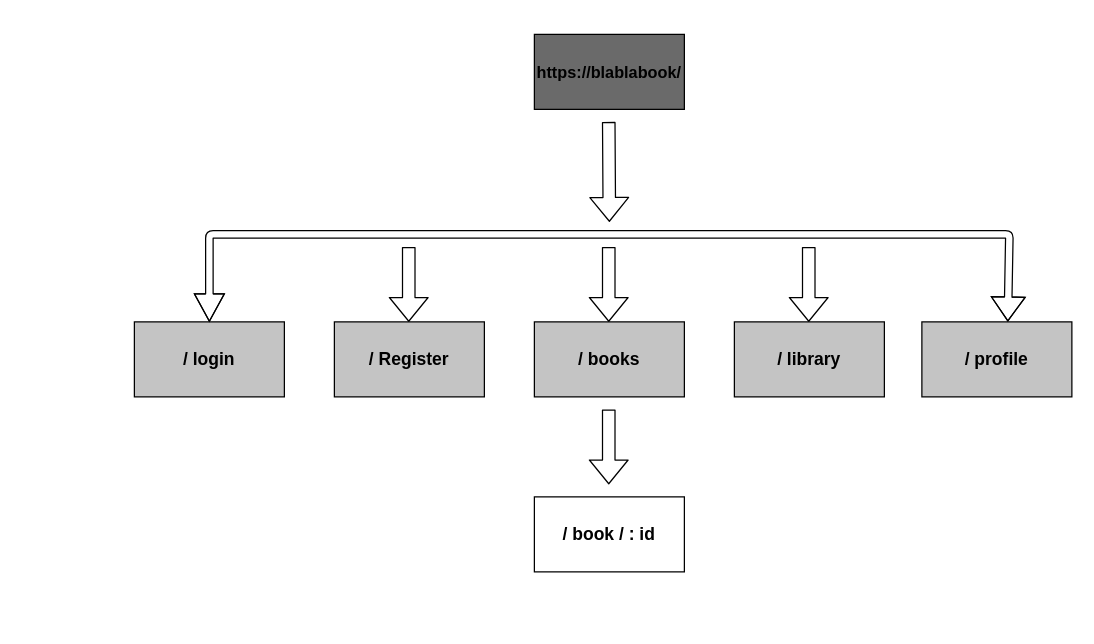
Earlier version of the draw.io diagram conception/arborescence.drawio (NicholasDSLV/Projet-BlaBlaBook). Source tidied: cells renumbered, new cells numbered last; positions are measured from the earlier drawing's top-left corner, leaving out a move shared by most shapes. Both pictures are drawn from the tidied source at 125%, with x=0, y=0 at pixel (134, 34).
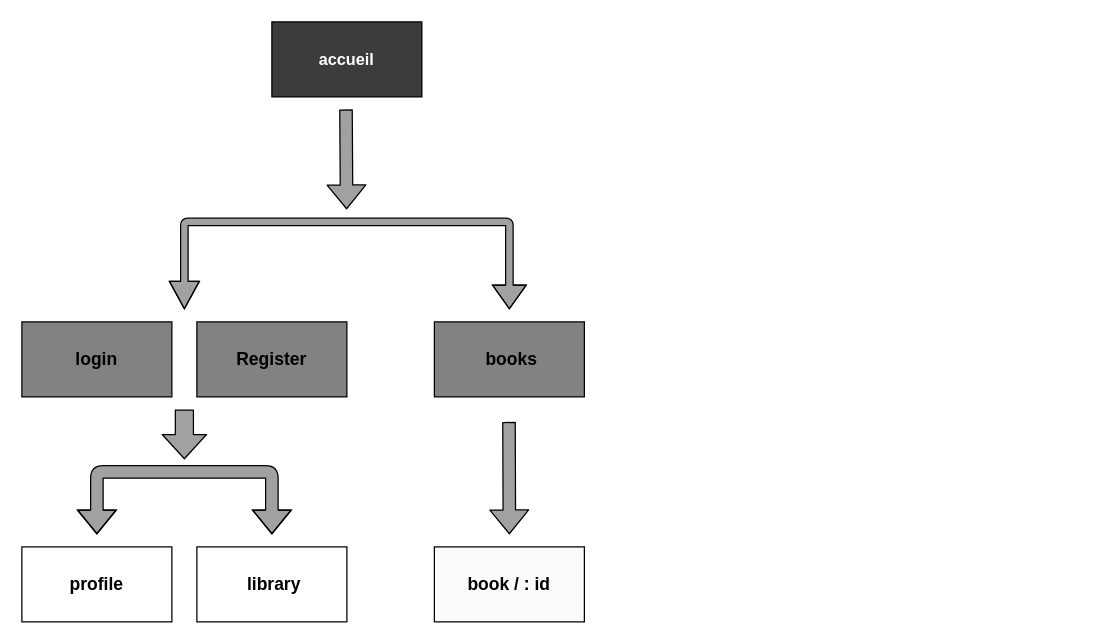
After the change.

Change to the diagram source:
```diff
@@
-    <mxCell id="2" value="&lt;b&gt;&lt;font style=&quot;font-size: 13px;&quot;&gt;https://blablabook/&lt;/font&gt;&lt;/b&gt;" style="rounded=0;whiteSpace=wrap;html=1;fillColor=#6A6A6A;" parent="1" vertex="1">
-      <mxGeometry x="320" width="120" height="60" as="geometry" />
+    <mxCell id="2" value="&lt;b&gt;&lt;font style=&quot;font-size: 13px; color: rgb(255, 255, 255);&quot;&gt;accueil&lt;/font&gt;&lt;/b&gt;" style="rounded=0;whiteSpace=wrap;html=1;fillColor=#3C3C3C;fontColor=#FF3333;" parent="1" vertex="1">
+      <mxGeometry x="110" y="-10" width="120" height="60" as="geometry" />
     </mxCell>
-    <mxCell id="3" style="shape=flexArrow;endArrow=classic;html=1;" parent="1" edge="1">
+    <mxCell id="3" style="shape=flexArrow;endArrow=classic;html=1;fillColor=#A1A1A1;" parent="1" edge="1">
       <mxGeometry relative="1" as="geometry">
-        <mxPoint x="379.5" y="70" as="sourcePoint" />
-        <mxPoint x="380" y="150" as="targetPoint" />
+        <mxPoint x="169.3" y="60" as="sourcePoint" />
+        <mxPoint x="169.8" y="140" as="targetPoint" />
       </mxGeometry>
     </mxCell>
-    <mxCell id="4" value="&lt;b&gt;&lt;font style=&quot;font-size: 14px;&quot;&gt;/ login&lt;/font&gt;&lt;/b&gt;" style="rounded=0;whiteSpace=wrap;html=1;fillColor=#C4C4C4;" parent="1" vertex="1">
-      <mxGeometry y="230" width="120" height="60" as="geometry" />
+    <mxCell id="4" value="&lt;b&gt;&lt;font style=&quot;font-size: 14px;&quot;&gt;login&lt;/font&gt;&lt;/b&gt;" style="rounded=0;whiteSpace=wrap;html=1;fillColor=#828282;" parent="1" vertex="1">
+      <mxGeometry x="-90" y="230" width="120" height="60" as="geometry" />
     </mxCell>
-    <mxCell id="5" value="&lt;b&gt;&lt;font style=&quot;font-size: 14px;&quot;&gt;/ Register&lt;/font&gt;&lt;/b&gt;" style="rounded=0;whiteSpace=wrap;html=1;fillColor=#C4C4C4;" parent="1" vertex="1">
-      <mxGeometry x="160" y="230" width="120" height="60" as="geometry" />
+    <mxCell id="5" value="&lt;b&gt;&lt;font style=&quot;font-size: 14px;&quot;&gt;Register&lt;/font&gt;&lt;/b&gt;" style="rounded=0;whiteSpace=wrap;html=1;fillColor=#828282;" parent="1" vertex="1">
+      <mxGeometry x="50" y="230" width="120" height="60" as="geometry" />
     </mxCell>
-    <mxCell id="6" value="&lt;b&gt;&lt;font style=&quot;font-size: 14px;&quot;&gt;/ books&lt;/font&gt;&lt;/b&gt;" style="rounded=0;whiteSpace=wrap;html=1;fillColor=#C4C4C4;" parent="1" vertex="1">
-      <mxGeometry x="320" y="230" width="120" height="60" as="geometry" />
+    <mxCell id="6" value="&lt;b&gt;&lt;font style=&quot;font-size: 14px;&quot;&gt;&amp;nbsp;books&lt;/font&gt;&lt;/b&gt;" style="rounded=0;whiteSpace=wrap;html=1;fillColor=#828282;" parent="1" vertex="1">
+      <mxGeometry x="240" y="230" width="120" height="60" as="geometry" />
     </mxCell>
-    <mxCell id="7" value="&lt;font style=&quot;font-size: 14px;&quot;&gt;&lt;b&gt;/ library&lt;/b&gt;&lt;/font&gt;" style="rounded=0;whiteSpace=wrap;html=1;fillColor=#C4C4C4;" parent="1" vertex="1">
-      <mxGeometry x="480" y="230" width="120" height="60" as="geometry" />
+    <mxCell id="7" value="&lt;font style=&quot;font-size: 14px;&quot;&gt;&lt;b&gt;&amp;nbsp;library&lt;/b&gt;&lt;/font&gt;" style="rounded=0;whiteSpace=wrap;html=1;fillColor=#FFFFFF;" parent="1" vertex="1">
+      <mxGeometry x="50" y="410" width="120" height="60" as="geometry" />
     </mxCell>
-    <mxCell id="8" value="&lt;b&gt;&lt;font style=&quot;font-size: 14px;&quot;&gt;/ profile&lt;/font&gt;&lt;/b&gt;" style="rounded=0;whiteSpace=wrap;html=1;fillColor=#C4C4C4;" parent="1" vertex="1">
-      <mxGeometry x="630" y="230" width="120" height="60" as="geometry" />
+    <mxCell id="8" value="&lt;b&gt;&lt;font style=&quot;font-size: 14px;&quot;&gt;profile&lt;/font&gt;&lt;/b&gt;" style="rounded=0;whiteSpace=wrap;html=1;fillColor=#FFFFFF;" parent="1" vertex="1">
+      <mxGeometry x="-90" y="410" width="120" height="60" as="geometry" />
     </mxCell>
-    <mxCell id="9" style="shape=flexArrow;endArrow=classic;startArrow=classic;html=1;startWidth=17;startSize=6.99;width=6;entryX=0.573;entryY=-0.006;entryDx=0;entryDy=0;entryPerimeter=0;" parent="1" edge="1" target="8">
+    <mxCell id="9" style="shape=flexArrow;endArrow=classic;startArrow=classic;html=1;startWidth=17;startSize=6.99;width=6;fillColor=#A1A1A1;" parent="1" edge="1">
       <mxGeometry relative="1" as="geometry">
-        <mxPoint x="60" y="230" as="sourcePoint" />
+        <mxPoint x="40" y="220" as="sourcePoint" />
+        <mxPoint x="300" y="220" as="targetPoint" />
         <Array as="points">
-          <mxPoint x="60" y="160" />
-          <mxPoint x="700" y="160" />
+          <mxPoint x="40" y="150" />
+          <mxPoint x="300" y="150" />
         </Array>
       </mxGeometry>
     </mxCell>
-    <mxCell id="10" style="shape=flexArrow;endArrow=classic;html=1;" parent="1" edge="1">
-      <mxGeometry relative="1" as="geometry">
-        <mxPoint x="219.5" y="170" as="sourcePoint" />
-        <mxPoint x="219.5" y="230" as="targetPoint" />
-      </mxGeometry>
-    </mxCell>
-    <mxCell id="11" style="shape=flexArrow;endArrow=classic;html=1;" parent="1" edge="1">
-      <mxGeometry relative="1" as="geometry">
-        <mxPoint x="379.5" y="170" as="sourcePoint" />
-        <mxPoint x="379.5" y="230" as="targetPoint" />
-      </mxGeometry>
-    </mxCell>
-    <mxCell id="12" style="shape=flexArrow;endArrow=classic;html=1;" parent="1" edge="1">
+    <mxCell id="12" style="shape=flexArrow;endArrow=classic;html=1;fillColor=#A1A1A1;width=14.482758620689655;endSize=6.1241379310344835;" parent="1" edge="1">
       <mxGeometry relative="1" as="geometry">
-        <mxPoint x="539.5" y="170" as="sourcePoint" />
-        <mxPoint x="539.5" y="230" as="targetPoint" />
+        <mxPoint x="40" y="300" as="sourcePoint" />
+        <mxPoint x="40" y="340" as="targetPoint" />
       </mxGeometry>
     </mxCell>
-    <mxCell id="13" style="shape=flexArrow;endArrow=classic;html=1;" parent="1" edge="1">
+    <mxCell id="13" style="shape=flexArrow;endArrow=classic;html=1;fillColor=#A1A1A1;" parent="1" edge="1">
       <mxGeometry relative="1" as="geometry">
-        <mxPoint x="379.5" y="300" as="sourcePoint" />
-        <mxPoint x="379.5" y="360" as="targetPoint" />
+        <mxPoint x="299.7" y="310" as="sourcePoint" />
+        <mxPoint x="300" y="400" as="targetPoint" />
       </mxGeometry>
     </mxCell>
-    <mxCell id="14" value="&lt;b&gt;&lt;font style=&quot;font-size: 14px;&quot;&gt;/ book / : id&lt;/font&gt;&lt;/b&gt;" style="rounded=0;whiteSpace=wrap;html=1;" parent="1" vertex="1">
-      <mxGeometry x="320" y="370" width="120" height="60" as="geometry" />
+    <mxCell id="14" value="&lt;b&gt;&lt;font style=&quot;font-size: 14px;&quot;&gt;book / : id&lt;/font&gt;&lt;/b&gt;" style="rounded=0;whiteSpace=wrap;html=1;fillColor=#FBFBFB;" parent="1" vertex="1">
+      <mxGeometry x="240" y="410" width="120" height="60" as="geometry" />
     </mxCell>
+    <mxCell id="15" style="shape=flexArrow;endArrow=classic;startArrow=classic;html=1;fillColor=#A1A1A1;" parent="1" edge="1">
+      <mxGeometry relative="1" as="geometry">
+        <mxPoint x="-30" y="400" as="sourcePoint" />
+        <mxPoint x="110" y="400" as="targetPoint" />
+        <Array as="points">
+          <mxPoint x="-30" y="350" />
+          <mxPoint x="110" y="350" />
+        </Array>
+      </mxGeometry>
+    </mxCell>
```
